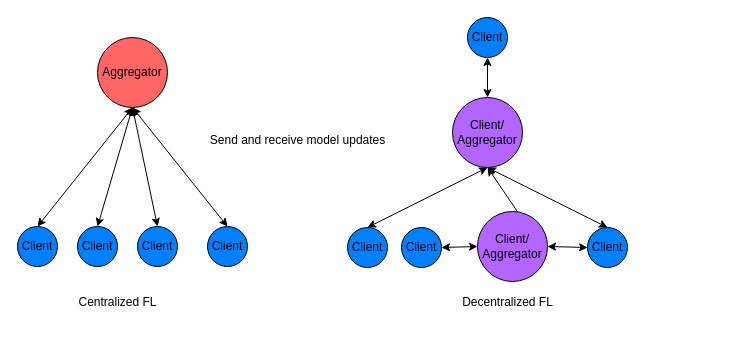
anandanlk/Drawings keeps this draw.io diagram as Thesis/Untitled Diagram.drawio. Above is the earlier version. Source tidied: cells renumbered, new cells numbered last; positions are measured from the earlier drawing's top-left corner, leaving out a move shared by most shapes. Both pictures are drawn from the tidied source at 100%, with x=0, y=0 at pixel (17, 17).
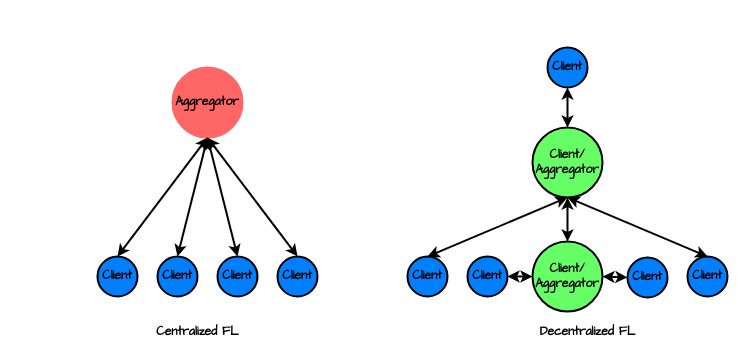
The same page after the edit.

Diff of the diagram source:
```diff
@@
-    <mxCell id="2" value="Aggregator" style="ellipse;whiteSpace=wrap;html=1;fillColor=#FF6666;" parent="1" vertex="1">
-      <mxGeometry x="80" y="20" width="70" height="70" as="geometry" />
+    <mxCell id="2" value="Aggregator" style="ellipse;whiteSpace=wrap;html=1;fillColor=#FF6666;strokeWidth=2;fontSize=12;fontStyle=1;fontFamily=Comic Sans MS;fontColor=#000000;strokeColor=#FF6666;" parent="1" vertex="1">
+      <mxGeometry x="155" y="50" width="70" height="70" as="geometry" />
     </mxCell>
-    <mxCell id="3" value="Client" style="ellipse;whiteSpace=wrap;html=1;fillColor=#007FFF;" parent="1" vertex="1">
-      <mxGeometry y="209" width="40" height="40" as="geometry" />
+    <mxCell id="3" value="Client" style="ellipse;whiteSpace=wrap;html=1;fillColor=#007FFF;strokeWidth=2;fontSize=12;fontStyle=1;fontFamily=Comic Sans MS;fontColor=#000000;" parent="1" vertex="1">
+      <mxGeometry x="80" y="239" width="40" height="40" as="geometry" />
     </mxCell>
-    <mxCell id="4" value="Client" style="ellipse;whiteSpace=wrap;html=1;fillColor=#007FFF;" parent="1" vertex="1">
-      <mxGeometry x="60" y="209" width="40" height="40" as="geometry" />
+    <mxCell id="4" value="Client" style="ellipse;whiteSpace=wrap;html=1;fillColor=#007FFF;strokeWidth=2;fontSize=12;fontStyle=1;fontFamily=Comic Sans MS;fontColor=#000000;" parent="1" vertex="1">
+      <mxGeometry x="140" y="239" width="40" height="40" as="geometry" />
     </mxCell>
-    <mxCell id="5" value="Client" style="ellipse;whiteSpace=wrap;html=1;fillColor=#007FFF;" parent="1" vertex="1">
-      <mxGeometry x="120" y="209" width="40" height="40" as="geometry" />
+    <mxCell id="5" value="Client" style="ellipse;whiteSpace=wrap;html=1;fillColor=#007FFF;strokeWidth=2;fontSize=12;fontStyle=1;fontFamily=Comic Sans MS;fontColor=#000000;" parent="1" vertex="1">
+      <mxGeometry x="200" y="239" width="40" height="40" as="geometry" />
     </mxCell>
-    <mxCell id="6" value="Client" style="ellipse;whiteSpace=wrap;html=1;fillColor=#007FFF;" parent="1" vertex="1">
-      <mxGeometry x="190" y="209" width="40" height="40" as="geometry" />
+    <mxCell id="6" value="Client" style="ellipse;whiteSpace=wrap;html=1;fillColor=#007FFF;strokeWidth=2;fontSize=12;fontStyle=1;fontFamily=Comic Sans MS;fontColor=#000000;" parent="1" vertex="1">
+      <mxGeometry x="260" y="239" width="40" height="40" as="geometry" />
     </mxCell>
-    <mxCell id="7" style="endArrow=classic;html=1;rounded=0;entryX=0.5;entryY=1;entryDx=0;entryDy=0;exitX=0.5;exitY=0;exitDx=0;exitDy=0;startArrow=classic;startFill=1;endFill=1;" parent="1" edge="1" source="3" target="2">
+    <mxCell id="7" style="endArrow=classic;html=1;rounded=0;entryX=0.5;entryY=1;entryDx=0;entryDy=0;exitX=0.5;exitY=0;exitDx=0;exitDy=0;startArrow=classic;startFill=1;endFill=1;strokeWidth=2;fontSize=12;fontStyle=1;fontFamily=Comic Sans MS;fontColor=#000000;" parent="1" edge="1" source="3" target="2">
       <mxGeometry relative="1" as="geometry" />
     </mxCell>
-    <mxCell id="8" style="endArrow=classic;html=1;rounded=0;entryX=0.5;entryY=1;entryDx=0;entryDy=0;exitX=0.5;exitY=0;exitDx=0;exitDy=0;startArrow=classic;startFill=1;endFill=1;" parent="1" edge="1" source="4" target="2">
+    <mxCell id="8" style="endArrow=classic;html=1;rounded=0;entryX=0.5;entryY=1;entryDx=0;entryDy=0;exitX=0.5;exitY=0;exitDx=0;exitDy=0;startArrow=classic;startFill=1;endFill=1;strokeWidth=2;fontSize=12;fontStyle=1;fontFamily=Comic Sans MS;fontColor=#000000;" parent="1" edge="1" source="4" target="2">
       <mxGeometry relative="1" as="geometry" />
     </mxCell>
-    <mxCell id="9" style="endArrow=classic;html=1;rounded=0;exitX=0.5;exitY=0;exitDx=0;exitDy=0;startArrow=classic;startFill=1;endFill=1;entryX=0.5;entryY=1;entryDx=0;entryDy=0;" parent="1" edge="1" source="5" target="2">
+    <mxCell id="9" style="endArrow=classic;html=1;rounded=0;exitX=0.5;exitY=0;exitDx=0;exitDy=0;startArrow=classic;startFill=1;endFill=1;entryX=0.5;entryY=1;entryDx=0;entryDy=0;strokeWidth=2;fontSize=12;fontStyle=1;fontFamily=Comic Sans MS;fontColor=#000000;" parent="1" edge="1" source="5" target="2">
       <mxGeometry relative="1" as="geometry" />
     </mxCell>
-    <mxCell id="10" style="endArrow=classic;html=1;rounded=0;entryX=0.5;entryY=1;entryDx=0;entryDy=0;exitX=0.5;exitY=0;exitDx=0;exitDy=0;startArrow=classic;startFill=1;endFill=1;" parent="1" edge="1" source="6" target="2">
+    <mxCell id="10" style="endArrow=classic;html=1;rounded=0;entryX=0.5;entryY=1;entryDx=0;entryDy=0;exitX=0.5;exitY=0;exitDx=0;exitDy=0;startArrow=classic;startFill=1;endFill=1;strokeWidth=2;fontSize=12;fontStyle=1;fontFamily=Comic Sans MS;fontColor=#000000;" parent="1" edge="1" source="6" target="2">
       <mxGeometry relative="1" as="geometry" />
     </mxCell>
-    <mxCell id="11" value="Send and receive model updates&lt;div&gt;&lt;br&gt;&lt;/div&gt;" style="text;html=1;align=center;verticalAlign=middle;strokeColor=none;fillColor=none;" parent="1" vertex="1">
-      <mxGeometry x="180" y="110" width="200" height="40" as="geometry" />
-    </mxCell>
-    <mxCell id="12" value="Client/&lt;div&gt;Aggregator&lt;/div&gt;" style="ellipse;whiteSpace=wrap;html=1;fillColor=#B266FF;" parent="1" vertex="1">
-      <mxGeometry x="435" y="80" width="70" height="70" as="geometry" />
+    <mxCell id="12" value="Client/&lt;div style=&quot;font-size: 12px;&quot;&gt;Aggregator&lt;/div&gt;" style="ellipse;whiteSpace=wrap;html=1;fillColor=#66FF66;strokeWidth=2;fontSize=12;fontStyle=1;fontFamily=Comic Sans MS;fontColor=#000000;" parent="1" vertex="1">
+      <mxGeometry x="515" y="110" width="70" height="70" as="geometry" />
     </mxCell>
-    <mxCell id="13" value="Client" style="ellipse;whiteSpace=wrap;html=1;fillColor=#007FFF;" parent="1" vertex="1">
-      <mxGeometry x="330" y="210" width="40" height="40" as="geometry" />
+    <mxCell id="13" value="Client" style="ellipse;whiteSpace=wrap;html=1;fillColor=#007FFF;strokeWidth=2;fontSize=12;fontStyle=1;fontFamily=Comic Sans MS;fontColor=#000000;" parent="1" vertex="1">
+      <mxGeometry x="390" y="239" width="40" height="40" as="geometry" />
     </mxCell>
-    <mxCell id="14" value="Client" style="ellipse;whiteSpace=wrap;html=1;fillColor=#007FFF;" parent="1" vertex="1">
-      <mxGeometry x="384" y="210" width="40" height="40" as="geometry" />
+    <mxCell id="14" value="Client" style="ellipse;whiteSpace=wrap;html=1;fillColor=#007FFF;strokeWidth=2;fontSize=12;fontStyle=1;fontFamily=Comic Sans MS;fontColor=#000000;" parent="1" vertex="1">
+      <mxGeometry x="450" y="239" width="40" height="40" as="geometry" />
     </mxCell>
-    <mxCell id="15" value="Client" style="ellipse;whiteSpace=wrap;html=1;fillColor=#007FFF;" parent="1" vertex="1">
-      <mxGeometry x="570" y="210" width="40" height="40" as="geometry" />
+    <mxCell id="15" value="Client" style="ellipse;whiteSpace=wrap;html=1;fillColor=#007FFF;strokeWidth=2;fontSize=12;fontStyle=1;fontFamily=Comic Sans MS;fontColor=#000000;" parent="1" vertex="1">
+      <mxGeometry x="610" y="240" width="40" height="40" as="geometry" />
     </mxCell>
-    <mxCell id="16" style="endArrow=classic;html=1;rounded=0;entryX=0.5;entryY=1;entryDx=0;entryDy=0;exitX=0.5;exitY=0;exitDx=0;exitDy=0;startArrow=classic;startFill=1;endFill=1;" parent="1" edge="1" source="13" target="12">
+    <mxCell id="16" style="endArrow=classic;html=1;rounded=0;entryX=0.5;entryY=1;entryDx=0;entryDy=0;exitX=0.5;exitY=0;exitDx=0;exitDy=0;startArrow=classic;startFill=1;endFill=1;strokeWidth=2;fontSize=12;fontStyle=1;fontFamily=Comic Sans MS;fontColor=#000000;" parent="1" edge="1" source="13" target="12">
       <mxGeometry relative="1" as="geometry" />
     </mxCell>
-    <mxCell id="17" style="endArrow=classic;html=1;rounded=0;entryX=0;entryY=0.5;entryDx=0;entryDy=0;exitX=1;exitY=0.5;exitDx=0;exitDy=0;startArrow=classic;startFill=1;endFill=1;" parent="1" edge="1" source="14" target="25">
+    <mxCell id="17" style="endArrow=classic;html=1;rounded=0;entryX=0;entryY=0.5;entryDx=0;entryDy=0;exitX=1;exitY=0.5;exitDx=0;exitDy=0;startArrow=classic;startFill=1;endFill=1;strokeWidth=2;fontSize=12;fontStyle=1;fontFamily=Comic Sans MS;fontColor=#000000;" parent="1" edge="1" source="14" target="25">
       <mxGeometry relative="1" as="geometry" />
     </mxCell>
-    <mxCell id="18" style="endArrow=classic;html=1;rounded=0;exitX=0.5;exitY=0;exitDx=0;exitDy=0;startArrow=classic;startFill=1;endFill=1;entryX=0.5;entryY=1;entryDx=0;entryDy=0;" parent="1" edge="1" target="12">
-      <mxGeometry relative="1" as="geometry">
-        <mxPoint x="510" y="209" as="sourcePoint" />
-      </mxGeometry>
+    <mxCell id="18" style="endArrow=classic;html=1;rounded=0;exitX=0.5;exitY=0;exitDx=0;exitDy=0;startArrow=classic;startFill=1;endFill=1;entryX=0.5;entryY=1;entryDx=0;entryDy=0;strokeWidth=2;fontSize=12;fontStyle=1;fontFamily=Comic Sans MS;fontColor=#000000;" parent="1" edge="1" source="25" target="12">
+      <mxGeometry relative="1" as="geometry" />
     </mxCell>
-    <mxCell id="19" style="endArrow=classic;html=1;rounded=0;entryX=0.5;entryY=1;entryDx=0;entryDy=0;exitX=0.5;exitY=0;exitDx=0;exitDy=0;startArrow=classic;startFill=1;endFill=1;" parent="1" edge="1" source="15" target="12">
+    <mxCell id="19" style="endArrow=classic;html=1;rounded=0;entryX=0.5;entryY=1;entryDx=0;entryDy=0;exitX=0.5;exitY=0;exitDx=0;exitDy=0;startArrow=classic;startFill=1;endFill=1;strokeWidth=2;fontSize=12;fontStyle=1;fontFamily=Comic Sans MS;fontColor=#000000;" parent="1" edge="1" source="26" target="12">
       <mxGeometry relative="1" as="geometry" />
     </mxCell>
-    <mxCell id="20" value="Client" style="ellipse;whiteSpace=wrap;html=1;fillColor=#007FFF;" parent="1" vertex="1">
-      <mxGeometry x="450" width="40" height="40" as="geometry" />
+    <mxCell id="20" value="Client" style="ellipse;whiteSpace=wrap;html=1;fillColor=#007FFF;strokeWidth=2;fontSize=12;fontStyle=1;fontFamily=Comic Sans MS;fontColor=#000000;" parent="1" vertex="1">
+      <mxGeometry x="530" y="30" width="40" height="40" as="geometry" />
     </mxCell>
-    <mxCell id="21" style="endArrow=classic;html=1;rounded=0;exitX=0.5;exitY=0;exitDx=0;exitDy=0;startArrow=classic;startFill=1;endFill=1;entryX=0.5;entryY=1;entryDx=0;entryDy=0;" parent="1" edge="1" source="12" target="20">
+    <mxCell id="21" style="endArrow=classic;html=1;rounded=0;exitX=0.5;exitY=0;exitDx=0;exitDy=0;startArrow=classic;startFill=1;endFill=1;entryX=0.5;entryY=1;entryDx=0;entryDy=0;strokeWidth=2;fontSize=12;fontStyle=1;fontFamily=Comic Sans MS;fontColor=#000000;" parent="1" edge="1" source="12" target="20">
       <mxGeometry relative="1" as="geometry" />
     </mxCell>
-    <mxCell id="22" style="endArrow=classic;html=1;rounded=0;entryX=0;entryY=0.5;entryDx=0;entryDy=0;exitX=1;exitY=0.5;exitDx=0;exitDy=0;startArrow=classic;startFill=1;endFill=1;" parent="1" edge="1" source="25" target="15">
+    <mxCell id="22" style="endArrow=classic;html=1;rounded=0;entryX=0;entryY=0.5;entryDx=0;entryDy=0;exitX=1;exitY=0.5;exitDx=0;exitDy=0;startArrow=classic;startFill=1;endFill=1;strokeWidth=2;fontSize=12;fontStyle=1;fontFamily=Comic Sans MS;fontColor=#000000;" parent="1" edge="1" source="25" target="15">
       <mxGeometry relative="1" as="geometry" />
     </mxCell>
-    <mxCell id="23" value="&lt;div&gt;Centralized FL&lt;/div&gt;" style="text;html=1;align=center;verticalAlign=middle;strokeColor=none;fillColor=none;" parent="1" vertex="1">
-      <mxGeometry x="50" y="270" width="100" height="30" as="geometry" />
+    <mxCell id="23" value="&lt;div style=&quot;font-size: 12px;&quot;&gt;Centralized FL&lt;/div&gt;" style="text;html=1;align=center;verticalAlign=middle;strokeColor=none;fillColor=none;fontSize=12;fontStyle=1;fontFamily=Comic Sans MS;" parent="1" vertex="1">
+      <mxGeometry x="125" y="300" width="110" height="30" as="geometry" />
     </mxCell>
-    <mxCell id="24" value="&lt;div&gt;Decentralized FL&lt;/div&gt;" style="text;html=1;align=center;verticalAlign=middle;strokeColor=none;fillColor=none;" parent="1" vertex="1">
-      <mxGeometry x="435" y="270" width="110" height="30" as="geometry" />
+    <mxCell id="24" value="&lt;div style=&quot;font-size: 12px;&quot;&gt;Decentralized FL&lt;/div&gt;" style="text;html=1;align=center;verticalAlign=middle;strokeColor=none;fillColor=none;fontSize=12;fontStyle=1;fontFamily=Comic Sans MS;" parent="1" vertex="1">
+      <mxGeometry x="510" y="300" width="120" height="30" as="geometry" />
     </mxCell>
-    <mxCell id="25" value="Client/&lt;div&gt;Aggregator&lt;/div&gt;" style="ellipse;whiteSpace=wrap;html=1;fillColor=#B266FF;" parent="1" vertex="1">
-      <mxGeometry x="460" y="194" width="70" height="70" as="geometry" />
+    <mxCell id="25" value="Client/&lt;div style=&quot;font-size: 12px;&quot;&gt;Aggregator&lt;/div&gt;" style="ellipse;whiteSpace=wrap;html=1;fillColor=#66FF66;strokeWidth=2;fontSize=12;fontStyle=1;fontFamily=Comic Sans MS;" parent="1" vertex="1">
+      <mxGeometry x="515" y="224" width="70" height="70" as="geometry" />
     </mxCell>
+    <mxCell id="26" value="Client" style="ellipse;whiteSpace=wrap;html=1;fillColor=#007FFF;strokeWidth=2;fontSize=12;fontStyle=1;fontFamily=Comic Sans MS;fontColor=#000000;" parent="1" vertex="1">
+      <mxGeometry x="670" y="239" width="40" height="40" as="geometry" />
+    </mxCell>
```
